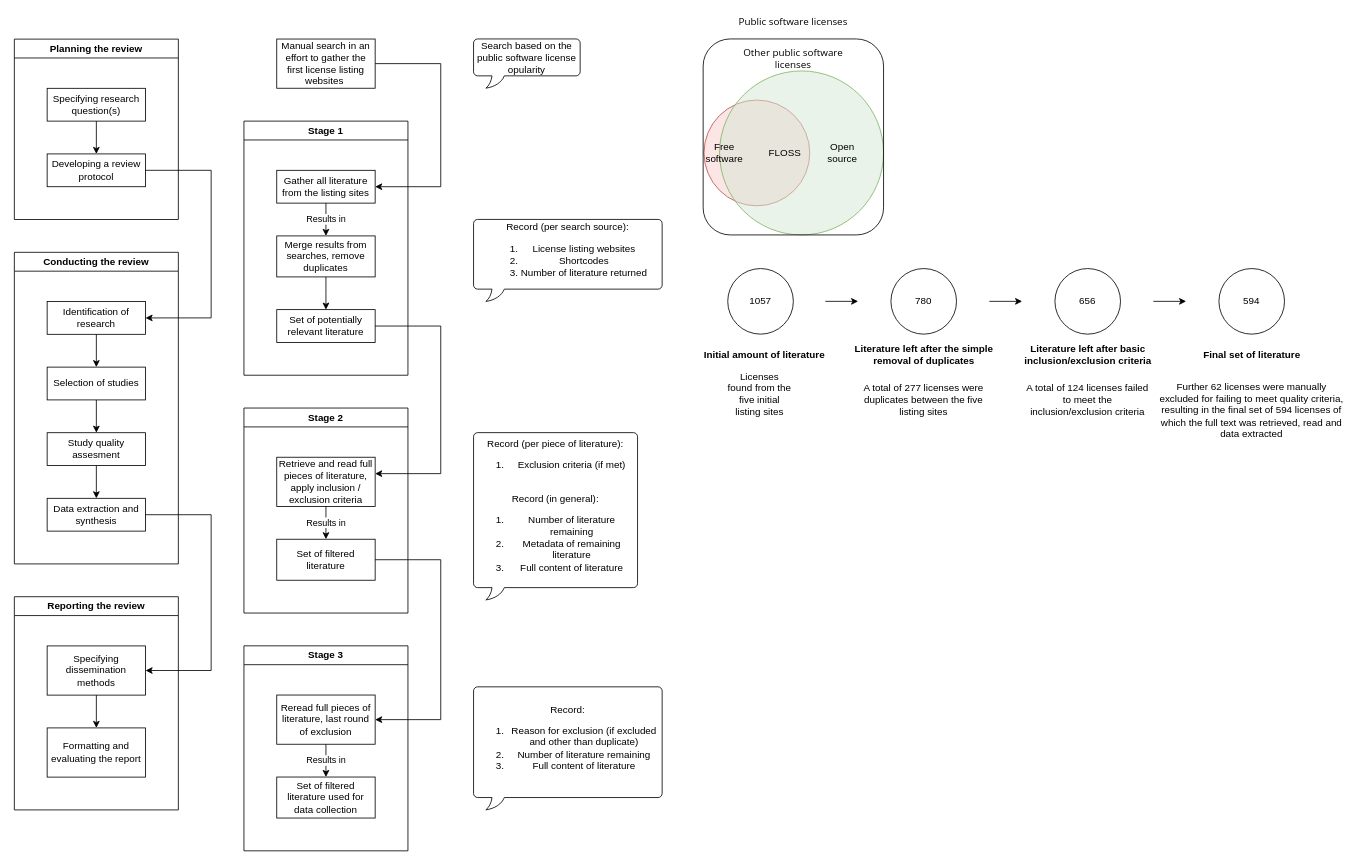
Earlier version of the draw.io diagram figures/figures.drawio (akirataguchi115/mscthesis). Source tidied: cells renumbered, new cells numbered last; positions are measured from the earlier drawing's top-left corner, leaving out a move shared by most shapes. Both pictures are drawn from the tidied source at 82%, with x=0, y=0 at pixel (14, 14).
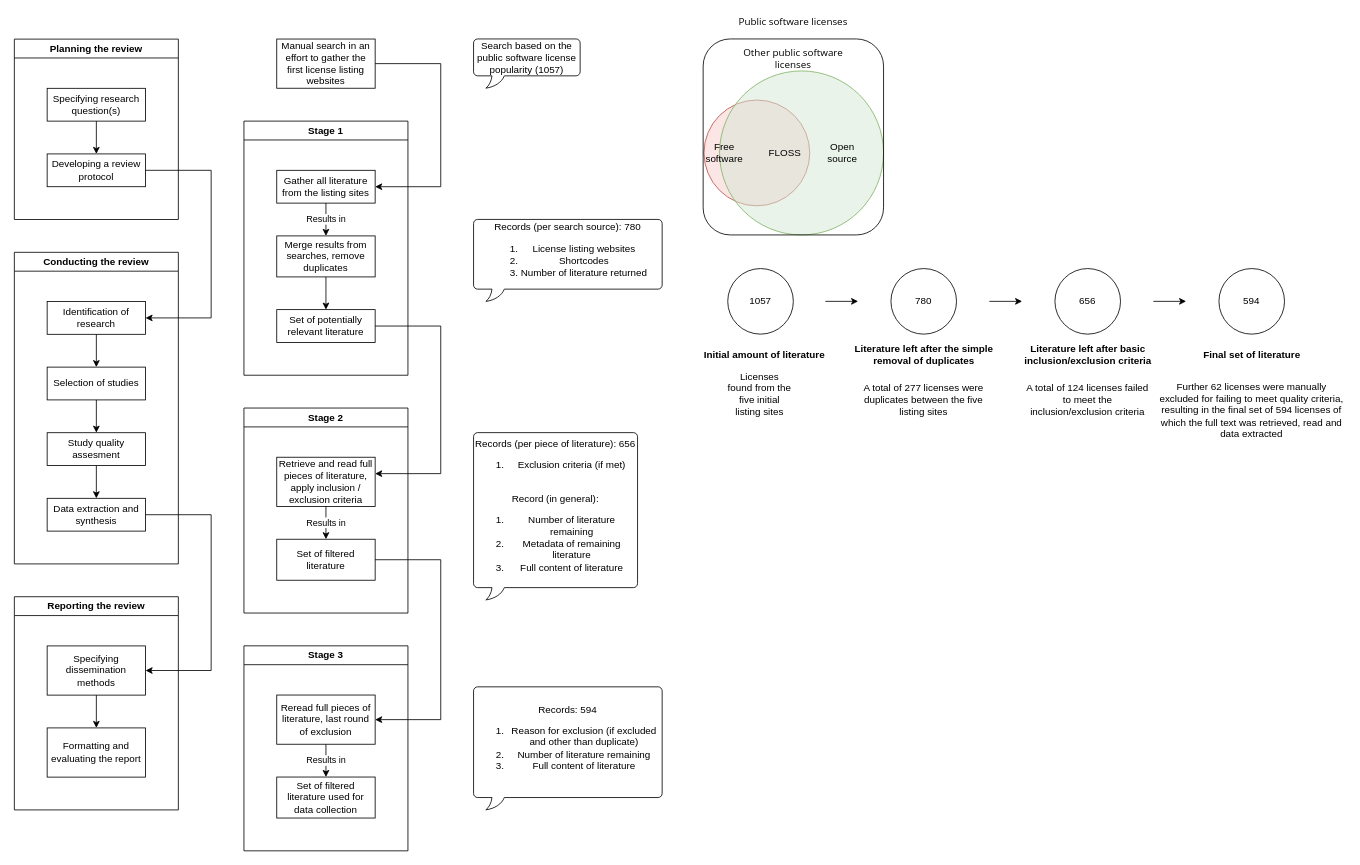
The same page after the edit.

What changed in the source:
```diff
@@
-    <mxCell id="27" value="Manual search in an effort to gather the first license listing websites&amp;nbsp;" style="rounded=0;whiteSpace=wrap;html=1;fillColor=none;" parent="1" vertex="1">
+    <mxCell id="27" value="Manual search in an effort to gather the first license listing websites" style="rounded=0;whiteSpace=wrap;html=1;fillColor=none;" parent="1" vertex="1">
       <mxGeometry x="320" y="30.1" width="120" height="60" as="geometry" />
     </mxCell>
-    <mxCell id="28" value="Search based on the public software license opularity" style="whiteSpace=wrap;html=1;shape=mxgraph.basic.roundRectCallout;dx=30;dy=15;size=5;boundedLbl=1;fillColor=none;" parent="1" vertex="1">
+    <mxCell id="28" value="Search based on the public software license popularity (1057)" style="whiteSpace=wrap;html=1;shape=mxgraph.basic.roundRectCallout;dx=30;dy=15;size=5;boundedLbl=1;fillColor=none;" parent="1" vertex="1">
       <mxGeometry x="560" y="30" width="130" height="60" as="geometry" />
     </mxCell>
-    <mxCell id="29" value="Record (per search source):&lt;div&gt;&lt;ol&gt;&lt;li&gt;License listing websites&lt;/li&gt;&lt;li&gt;Shortcodes&lt;/li&gt;&lt;li&gt;Number of literature returned&lt;/li&gt;&lt;/ol&gt;&lt;/div&gt;" style="whiteSpace=wrap;html=1;shape=mxgraph.basic.roundRectCallout;dx=30;dy=15;size=5;boundedLbl=1;fillColor=none;" parent="1" vertex="1">
+    <mxCell id="29" value="Records (per search source): 780&lt;div&gt;&lt;ol&gt;&lt;li&gt;License listing websites&lt;/li&gt;&lt;li&gt;Shortcodes&lt;/li&gt;&lt;li&gt;Number of literature returned&lt;/li&gt;&lt;/ol&gt;&lt;/div&gt;" style="whiteSpace=wrap;html=1;shape=mxgraph.basic.roundRectCallout;dx=30;dy=15;size=5;boundedLbl=1;fillColor=none;" parent="1" vertex="1">
       <mxGeometry x="560" y="250.1" width="230" height="100" as="geometry" />
     </mxCell>
@@
-    <mxCell id="35" value="Record (per piece of literature):&lt;div&gt;&lt;ol&gt;&lt;li&gt;Exclusion criteria (if met)&lt;/li&gt;&lt;/ol&gt;&lt;div&gt;&lt;br&gt;&lt;/div&gt;&lt;div&gt;Record (in general):&lt;/div&gt;&lt;ol&gt;&lt;li&gt;Number of literature remaining&lt;/li&gt;&lt;li&gt;Metadata of remaining literature&lt;/li&gt;&lt;li&gt;Full content of literature&lt;/li&gt;&lt;/ol&gt;&lt;/div&gt;" style="whiteSpace=wrap;html=1;shape=mxgraph.basic.roundRectCallout;dx=30;dy=15;size=5;boundedLbl=1;fillColor=none;" parent="1" vertex="1">
+    <mxCell id="35" value="Records (per piece of literature): 656&lt;div&gt;&lt;ol&gt;&lt;li&gt;Exclusion criteria (if met)&lt;/li&gt;&lt;/ol&gt;&lt;div&gt;&lt;br&gt;&lt;/div&gt;&lt;div&gt;Record (in general):&lt;/div&gt;&lt;ol&gt;&lt;li&gt;Number of literature remaining&lt;/li&gt;&lt;li&gt;Metadata of remaining literature&lt;/li&gt;&lt;li&gt;Full content of literature&lt;/li&gt;&lt;/ol&gt;&lt;/div&gt;" style="whiteSpace=wrap;html=1;shape=mxgraph.basic.roundRectCallout;dx=30;dy=15;size=5;boundedLbl=1;fillColor=none;" parent="1" vertex="1">
       <mxGeometry x="560" y="510.1" width="200" height="204" as="geometry" />
     </mxCell>
@@
-    <mxCell id="40" value="Record:&lt;div&gt;&lt;ol&gt;&lt;li&gt;Reason for exclusion (if excluded and other than duplicate)&lt;/li&gt;&lt;li&gt;Number of literature remaining&lt;/li&gt;&lt;li&gt;Full content of literature&lt;/li&gt;&lt;/ol&gt;&lt;/div&gt;" style="whiteSpace=wrap;html=1;shape=mxgraph.basic.roundRectCallout;dx=30;dy=15;size=5;boundedLbl=1;fillColor=none;" parent="1" vertex="1">
+    <mxCell id="40" value="Records: 594&lt;div&gt;&lt;ol&gt;&lt;li&gt;Reason for exclusion (if excluded and other than duplicate)&lt;/li&gt;&lt;li&gt;Number of literature remaining&lt;/li&gt;&lt;li&gt;Full content of literature&lt;/li&gt;&lt;/ol&gt;&lt;/div&gt;" style="whiteSpace=wrap;html=1;shape=mxgraph.basic.roundRectCallout;dx=30;dy=15;size=5;boundedLbl=1;fillColor=none;" parent="1" vertex="1">
       <mxGeometry x="560" y="820.1" width="230" height="150" as="geometry" />
     </mxCell>
```
